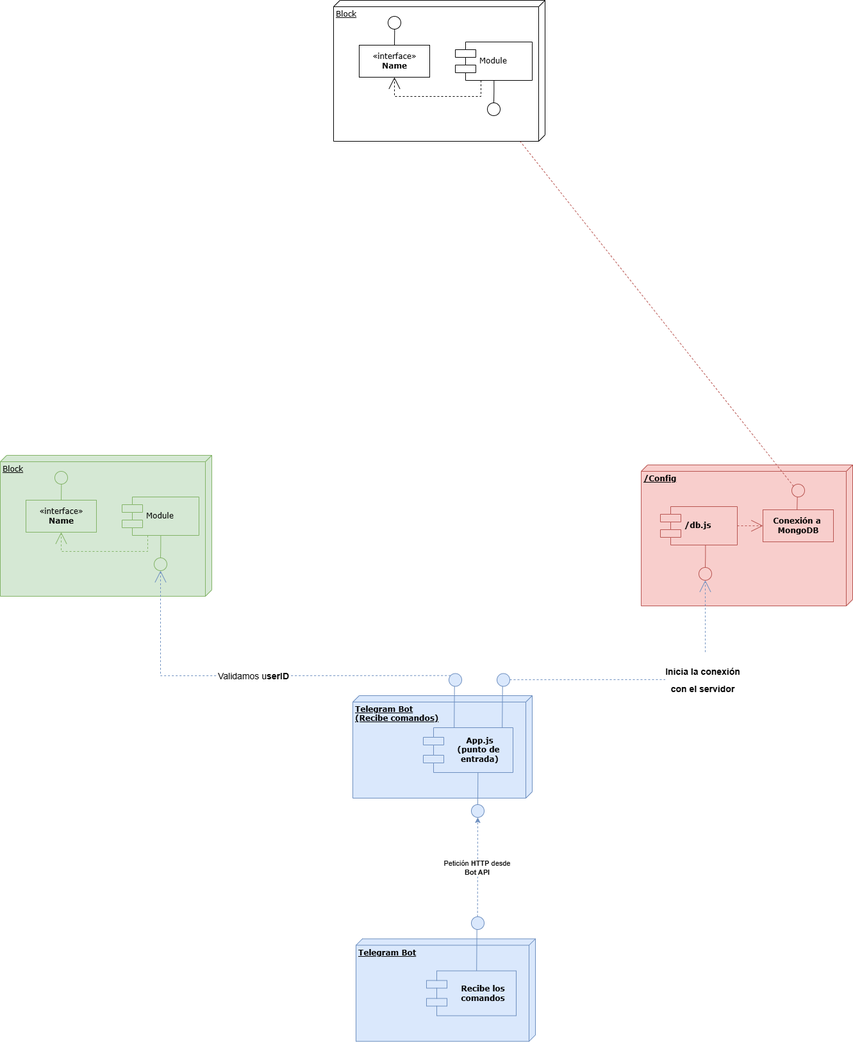
Above: taskController.drawio.png in Andrz98/ToDoBot (draw.io), before the change. Source tidied: cells renumbered, new cells last; positions are measured from the earlier drawing's top-left corner, leaving out a move shared by most shapes.
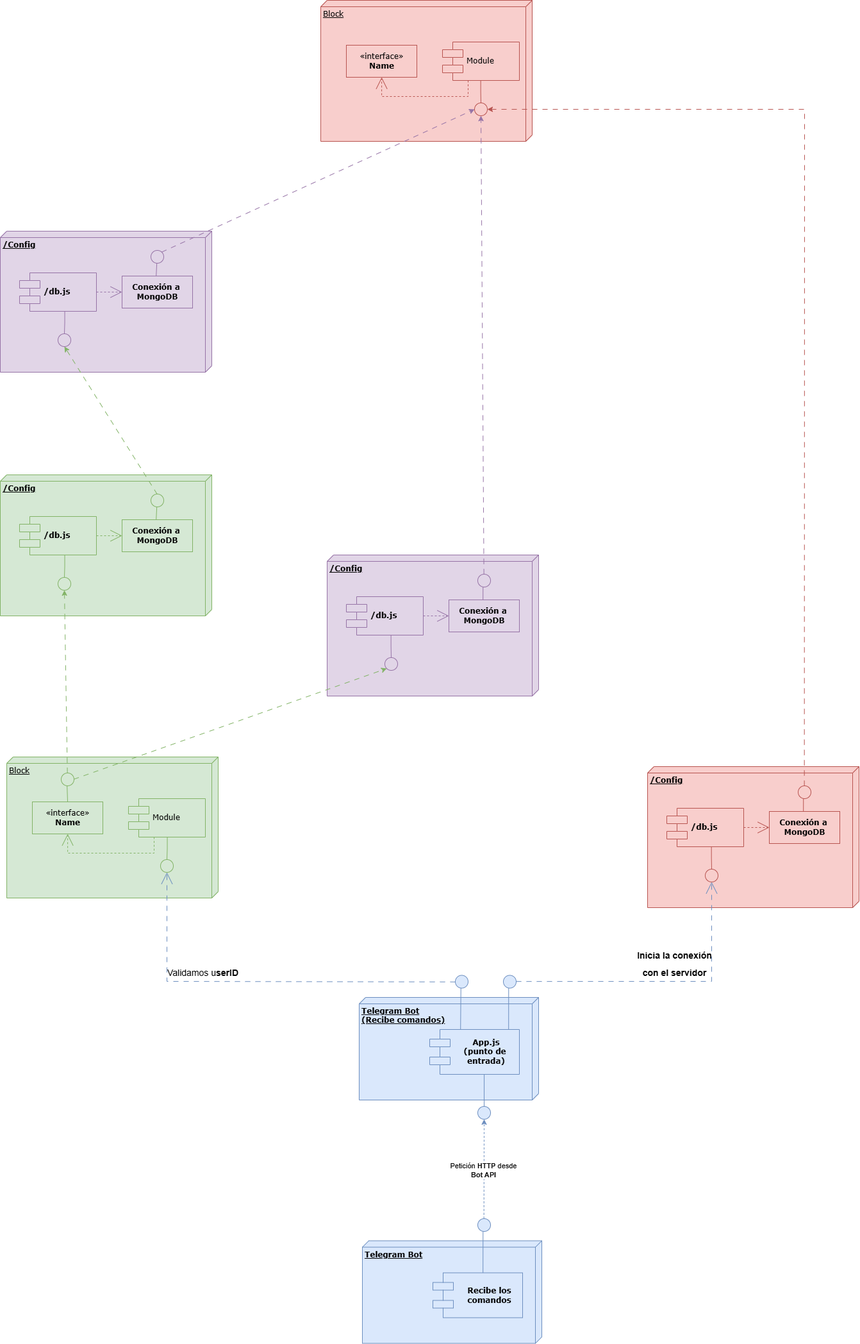
The same diagram one commit later.

Commit message:
Se mejoraron las conexiones taskController.drawio.png

Change to the diagram source:
```diff
@@ -32,26 +32,28 @@
     <mxCell id="11" value="&lt;b&gt;App.js&lt;br&gt;(punto de&amp;nbsp;&lt;br&gt;entrada)&lt;/b&gt;" style="shape=component;align=center;spacingLeft=36;rounded=0;shadow=0;comic=0;labelBackgroundColor=none;strokeWidth=1;fontFamily=Verdana;fontSize=12;html=1;fillColor=#dae8fc;strokeColor=#6c8ebf;" parent="1" vertex="1">
       <mxGeometry x="660" y="1135" width="140" height="70" as="geometry" />
     </mxCell>
-    <mxCell id="12" style="edgeStyle=none;rounded=0;html=1;dashed=1;labelBackgroundColor=none;startArrow=none;startFill=0;startSize=8;endArrow=open;endFill=0;endSize=16;fontFamily=Verdana;fontSize=12;exitX=1;exitY=1;exitDx=0;exitDy=0;fillColor=#dae8fc;strokeColor=#6c8ebf;" parent="1" edge="1" source="22" target="7">
+    <mxCell id="12" style="edgeStyle=none;rounded=0;html=1;labelBackgroundColor=none;startArrow=none;startFill=0;startSize=8;endArrow=open;endFill=0;endSize=16;fontFamily=Verdana;fontSize=12;exitX=1;exitY=0.5;exitDx=0;exitDy=0;fillColor=#dae8fc;strokeColor=#6c8ebf;dashed=1;dashPattern=8 8;" parent="1" edge="1" source="22" target="7">
       <mxGeometry relative="1" as="geometry">
         <Array as="points">
-          <mxPoint x="250" y="1054" />
+          <mxPoint x="250" y="1060" />
         </Array>
       </mxGeometry>
     </mxCell>
-    <mxCell id="13" value="&lt;span style=&quot;font-size: 14px;&quot;&gt;Validamos u&lt;b&gt;serID&lt;/b&gt;&lt;/span&gt;" style="edgeLabel;html=1;align=center;verticalAlign=middle;" parent="12" vertex="1">
-      <mxGeometry relative="1" as="geometry" />
+    <mxCell id="13" value="&lt;span style=&quot;font-size: 14px;&quot;&gt;Validamos u&lt;b&gt;serID&lt;/b&gt;&lt;/span&gt;" style="edgeLabel;html=1;align=center;verticalAlign=middle;labelBackgroundColor=none;" parent="12" vertex="1">
+      <mxGeometry relative="1" as="geometry">
+        <mxPoint x="-84" y="-14" as="offset" />
+      </mxGeometry>
     </mxCell>
-    <mxCell id="14" style="edgeStyle=none;rounded=0;html=1;dashed=1;labelBackgroundColor=none;startArrow=none;startFill=0;startSize=8;endArrow=open;endFill=0;endSize=16;fontFamily=Verdana;fontSize=12;exitX=0;exitY=0.5;exitDx=0;exitDy=0;entryX=0.5;entryY=1;entryDx=0;entryDy=0;fillColor=#dae8fc;strokeColor=#6c8ebf;" parent="1" edge="1" source="20" target="10">
+    <mxCell id="14" style="edgeStyle=none;rounded=0;html=1;labelBackgroundColor=none;startArrow=none;startFill=0;startSize=8;endArrow=open;endFill=0;endSize=16;fontFamily=Verdana;fontSize=12;exitX=0;exitY=0.5;exitDx=0;exitDy=0;entryX=0.5;entryY=1;entryDx=0;entryDy=0;fillColor=#dae8fc;strokeColor=#6c8ebf;dashed=1;dashPattern=8 8;" parent="1" edge="1" source="20" target="10">
       <mxGeometry relative="1" as="geometry">
         <Array as="points">
           <mxPoint x="1100" y="1060" />
         </Array>
       </mxGeometry>
     </mxCell>
-    <mxCell id="15" value="&lt;h1&gt;&lt;span style=&quot;font-size: 14px;&quot;&gt;Inicia la conexión&lt;br&gt;con el servidor&lt;/span&gt;&lt;/h1&gt;" style="edgeLabel;html=1;align=center;verticalAlign=middle;" parent="14" vertex="1">
+    <mxCell id="15" value="&lt;h1&gt;&lt;span style=&quot;font-size: 14px;&quot;&gt;Inicia la conexión&lt;br&gt;con el servidor&lt;/span&gt;&lt;/h1&gt;" style="edgeLabel;html=1;align=center;verticalAlign=middle;labelBorderColor=none;textShadow=0;labelBackgroundColor=none;" parent="14" vertex="1">
       <mxGeometry relative="1" as="geometry">
-        <mxPoint x="70" y="-2" as="offset" />
+        <mxPoint x="15" y="-30" as="offset" />
       </mxGeometry>
     </mxCell>
     <mxCell id="16" style="edgeStyle=elbowEdgeStyle;rounded=0;html=1;labelBackgroundColor=none;startArrow=none;startFill=0;startSize=8;endArrow=none;endFill=0;endSize=16;fontFamily=Verdana;fontSize=12;fillColor=#f8cecc;strokeColor=#b85450;" parent="1" edge="1" source="10" target="8">
@@ -89,9 +91,6 @@
         <mxPoint x="709.8" y="1070.5" as="targetPoint" />
       </mxGeometry>
     </mxCell>
-    <mxCell id="24" style="edgeStyle=none;rounded=0;jettySize=auto;html=1;exitX=1;exitY=1;exitDx=0;exitDy=0;entryX=1;entryY=1;entryDx=0;entryDy=0;dashed=1;fillColor=#f8cecc;strokeColor=#b85450;" parent="1" edge="1" source="25" target="32">
-      <mxGeometry relative="1" as="geometry" />
-    </mxCell>
     <mxCell id="25" style="ellipse;whiteSpace=wrap;html=1;rounded=0;shadow=0;comic=0;labelBackgroundColor=none;strokeWidth=1;fontFamily=Verdana;fontSize=12;align=center;direction=west;rotation=-2;fillColor=#f8cecc;strokeColor=#b85450;" parent="1" vertex="1">
       <mxGeometry x="1235" y="755" width="20" height="20" as="geometry" />
     </mxCell>
@@ -109,37 +108,29 @@
         <mxPoint x="95" y="755" as="targetPoint" />
       </mxGeometry>
     </mxCell>
-    <mxCell id="29" value="Block" style="verticalAlign=top;align=left;spacingTop=8;spacingLeft=2;spacingRight=12;shape=cube;size=10;direction=south;fontStyle=4;html=1;rounded=0;shadow=0;comic=0;labelBackgroundColor=none;strokeWidth=1;fontFamily=Verdana;fontSize=12;" parent="1" vertex="1">
-      <mxGeometry x="520" width="330" height="220" as="geometry" />
+    <mxCell id="29" value="Block" style="verticalAlign=top;align=left;spacingTop=8;spacingLeft=2;spacingRight=12;shape=cube;size=10;direction=south;fontStyle=4;html=1;rounded=0;shadow=0;comic=0;labelBackgroundColor=none;strokeWidth=1;fontFamily=Verdana;fontSize=12;fillColor=#f8cecc;strokeColor=#b85450;" parent="1" vertex="1">
+      <mxGeometry x="490" y="-470" width="330" height="220" as="geometry" />
     </mxCell>
-    <mxCell id="30" value="&amp;laquo;interface&amp;raquo;&lt;br&gt;&lt;b&gt;Name&lt;/b&gt;" style="html=1;rounded=0;shadow=0;comic=0;labelBackgroundColor=none;strokeWidth=1;fontFamily=Verdana;fontSize=12;align=center;" parent="1" vertex="1">
-      <mxGeometry x="560" y="70" width="110" height="50" as="geometry" />
+    <mxCell id="30" value="&amp;laquo;interface&amp;raquo;&lt;br&gt;&lt;b&gt;Name&lt;/b&gt;" style="html=1;rounded=0;shadow=0;comic=0;labelBackgroundColor=none;strokeWidth=1;fontFamily=Verdana;fontSize=12;align=center;fillColor=#f8cecc;strokeColor=#b85450;" parent="1" vertex="1">
+      <mxGeometry x="530" y="-400" width="110" height="50" as="geometry" />
     </mxCell>
-    <mxCell id="31" value="Module" style="shape=component;align=left;spacingLeft=36;rounded=0;shadow=0;comic=0;labelBackgroundColor=none;strokeWidth=1;fontFamily=Verdana;fontSize=12;html=1;" parent="1" vertex="1">
-      <mxGeometry x="710" y="65" width="120" height="60" as="geometry" />
+    <mxCell id="31" value="Module" style="shape=component;align=left;spacingLeft=36;rounded=0;shadow=0;comic=0;labelBackgroundColor=none;strokeWidth=1;fontFamily=Verdana;fontSize=12;html=1;fillColor=#f8cecc;strokeColor=#b85450;" parent="1" vertex="1">
+      <mxGeometry x="680" y="-405" width="120" height="60" as="geometry" />
     </mxCell>
-    <mxCell id="32" style="ellipse;whiteSpace=wrap;html=1;rounded=0;shadow=0;comic=0;labelBackgroundColor=none;strokeWidth=1;fontFamily=Verdana;fontSize=12;align=center;" parent="1" vertex="1">
-      <mxGeometry x="760" y="160" width="20" height="20" as="geometry" />
+    <mxCell id="32" style="ellipse;whiteSpace=wrap;html=1;rounded=0;shadow=0;comic=0;labelBackgroundColor=none;strokeWidth=1;fontFamily=Verdana;fontSize=12;align=center;fillColor=#f8cecc;strokeColor=#b85450;" parent="1" vertex="1">
+      <mxGeometry x="730" y="-310" width="20" height="20" as="geometry" />
     </mxCell>
-    <mxCell id="33" style="edgeStyle=elbowEdgeStyle;rounded=0;html=1;labelBackgroundColor=none;startArrow=none;startFill=0;startSize=8;endArrow=none;endFill=0;endSize=16;fontFamily=Verdana;fontSize=12;" parent="1" edge="1" source="32" target="31">
+    <mxCell id="33" style="edgeStyle=elbowEdgeStyle;rounded=0;html=1;labelBackgroundColor=none;startArrow=none;startFill=0;startSize=8;endArrow=none;endFill=0;endSize=16;fontFamily=Verdana;fontSize=12;fillColor=#f8cecc;strokeColor=#b85450;" parent="1" edge="1" source="32" target="31">
       <mxGeometry relative="1" as="geometry" />
     </mxCell>
-    <mxCell id="34" style="edgeStyle=orthogonalEdgeStyle;rounded=0;html=1;labelBackgroundColor=none;startArrow=none;startFill=0;startSize=8;endArrow=open;endFill=0;endSize=16;fontFamily=Verdana;fontSize=12;dashed=1;" parent="1" edge="1" source="31" target="30">
+    <mxCell id="34" style="edgeStyle=orthogonalEdgeStyle;rounded=0;html=1;labelBackgroundColor=none;startArrow=none;startFill=0;startSize=8;endArrow=open;endFill=0;endSize=16;fontFamily=Verdana;fontSize=12;dashed=1;fillColor=#f8cecc;strokeColor=#b85450;" parent="1" edge="1" source="31" target="30">
       <mxGeometry relative="1" as="geometry">
         <Array as="points">
-          <mxPoint x="750" y="150" />
-          <mxPoint x="615" y="150" />
+          <mxPoint x="720" y="-320" />
+          <mxPoint x="585" y="-320" />
         </Array>
       </mxGeometry>
     </mxCell>
-    <mxCell id="35" style="ellipse;whiteSpace=wrap;html=1;rounded=0;shadow=0;comic=0;labelBackgroundColor=none;strokeWidth=1;fontFamily=Verdana;fontSize=12;align=center;direction=west;rotation=-2;" parent="1" vertex="1">
-      <mxGeometry x="605" y="25" width="20" height="20" as="geometry" />
-    </mxCell>
-    <mxCell id="36" style="edgeStyle=elbowEdgeStyle;rounded=0;html=1;labelBackgroundColor=none;startArrow=none;startFill=0;startSize=8;endArrow=none;endFill=0;endSize=16;fontFamily=Verdana;fontSize=12;exitX=0.5;exitY=0;exitDx=0;exitDy=0;" parent="1" edge="1" source="30">
-      <mxGeometry relative="1" as="geometry">
-        <mxPoint x="615" y="45" as="targetPoint" />
-      </mxGeometry>
-    </mxCell>
     <mxCell id="37" value="&lt;b&gt;Telegram Bot&lt;br&gt;&lt;br&gt;&lt;/b&gt;" style="verticalAlign=top;align=left;spacingTop=8;spacingLeft=2;spacingRight=12;shape=cube;size=10;direction=south;fontStyle=4;html=1;rounded=0;shadow=0;comic=0;labelBackgroundColor=none;strokeWidth=1;fontFamily=Verdana;fontSize=12;fillColor=#dae8fc;strokeColor=#6c8ebf;" parent="1" vertex="1">
       <mxGeometry x="555" y="1464.5" width="280" height="160" as="geometry" />
     </mxCell>
@@ -167,5 +158,108 @@
         <mxPoint x="744.8" y="1450" as="targetPoint" />
       </mxGeometry>
     </mxCell>
+    <mxCell id="45" value="&lt;b&gt;/Config&lt;/b&gt;" style="verticalAlign=top;align=left;spacingTop=8;spacingLeft=2;spacingRight=12;shape=cube;size=10;direction=south;fontStyle=4;html=1;rounded=0;shadow=0;comic=0;labelBackgroundColor=none;strokeWidth=1;fontFamily=Verdana;fontSize=12;fillColor=#e1d5e7;strokeColor=#9673a6;" parent="1" vertex="1">
+      <mxGeometry x="500" y="395" width="330" height="220" as="geometry" />
+    </mxCell>
+    <mxCell id="46" value="&lt;b&gt;/db.js&lt;/b&gt;" style="shape=component;align=left;spacingLeft=36;rounded=0;shadow=0;comic=0;labelBackgroundColor=none;strokeWidth=1;fontFamily=Verdana;fontSize=12;html=1;fillColor=#e1d5e7;strokeColor=#9673a6;" parent="1" vertex="1">
+      <mxGeometry x="530" y="460" width="120" height="60" as="geometry" />
+    </mxCell>
+    <mxCell id="47" value="&lt;b&gt;Conexión a&amp;nbsp;&lt;br&gt;MongoDB&lt;/b&gt;" style="html=1;rounded=0;shadow=0;comic=0;labelBackgroundColor=none;strokeWidth=1;fontFamily=Verdana;fontSize=12;align=center;fillColor=#e1d5e7;strokeColor=#9673a6;" parent="1" vertex="1">
+      <mxGeometry x="690" y="465" width="110" height="50" as="geometry" />
+    </mxCell>
+    <mxCell id="48" style="ellipse;whiteSpace=wrap;html=1;rounded=0;shadow=0;comic=0;labelBackgroundColor=none;strokeWidth=1;fontFamily=Verdana;fontSize=12;align=center;fillColor=#e1d5e7;strokeColor=#9673a6;" parent="1" vertex="1">
+      <mxGeometry x="590" y="555" width="20" height="20" as="geometry" />
+    </mxCell>
+    <mxCell id="49" style="edgeStyle=elbowEdgeStyle;rounded=0;html=1;labelBackgroundColor=none;startArrow=none;startFill=0;startSize=8;endArrow=none;endFill=0;endSize=16;fontFamily=Verdana;fontSize=12;fillColor=#e1d5e7;strokeColor=#9673a6;" parent="1" edge="1" source="48" target="46">
+      <mxGeometry relative="1" as="geometry" />
+    </mxCell>
+    <mxCell id="50" style="edgeStyle=orthogonalEdgeStyle;rounded=0;html=1;dashed=1;labelBackgroundColor=none;startArrow=none;startFill=0;startSize=8;endArrow=open;endFill=0;endSize=16;fontFamily=Verdana;fontSize=12;fillColor=#e1d5e7;strokeColor=#9673a6;" parent="1" edge="1" source="46" target="47">
+      <mxGeometry relative="1" as="geometry" />
+    </mxCell>
+    <mxCell id="51" style="edgeStyle=none;rounded=0;jettySize=auto;html=1;exitX=0.5;exitY=1;exitDx=0;exitDy=0;entryX=0.5;entryY=1;entryDx=0;entryDy=0;fillColor=#e1d5e7;strokeColor=#9673a6;dashed=1;dashPattern=8 8;" parent="1" edge="1" source="52" target="32">
+      <mxGeometry relative="1" as="geometry" />
+    </mxCell>
+    <mxCell id="52" style="ellipse;whiteSpace=wrap;html=1;rounded=0;shadow=0;comic=0;labelBackgroundColor=none;strokeWidth=1;fontFamily=Verdana;fontSize=12;align=center;direction=west;rotation=-2;fillColor=#e1d5e7;strokeColor=#9673a6;" parent="1" vertex="1">
+      <mxGeometry x="735" y="425" width="20" height="20" as="geometry" />
+    </mxCell>
+    <mxCell id="53" style="edgeStyle=elbowEdgeStyle;rounded=0;html=1;labelBackgroundColor=none;startArrow=none;startFill=0;startSize=8;endArrow=none;endFill=0;endSize=16;fontFamily=Verdana;fontSize=12;exitX=0.985;exitY=0.075;exitDx=0;exitDy=0;exitPerimeter=0;fillColor=#e1d5e7;strokeColor=#9673a6;" parent="1" edge="1">
+      <mxGeometry relative="1" as="geometry">
+        <mxPoint x="743.2" y="465" as="sourcePoint" />
+        <mxPoint x="745" y="445" as="targetPoint" />
+      </mxGeometry>
+    </mxCell>
+    <mxCell id="24" style="edgeStyle=none;rounded=0;jettySize=auto;html=1;exitX=0.5;exitY=1;exitDx=0;exitDy=0;entryX=1;entryY=0.5;entryDx=0;entryDy=0;fillColor=#f8cecc;strokeColor=#b85450;dashed=1;dashPattern=8 8;" parent="1" edge="1" source="25" target="32">
+      <mxGeometry relative="1" as="geometry">
+        <Array as="points">
+          <mxPoint x="1245" y="-300" />
+        </Array>
+      </mxGeometry>
+    </mxCell>
+    <mxCell id="54" value="&lt;b&gt;/Config&lt;/b&gt;" style="verticalAlign=top;align=left;spacingTop=8;spacingLeft=2;spacingRight=12;shape=cube;size=10;direction=south;fontStyle=4;html=1;rounded=0;shadow=0;comic=0;labelBackgroundColor=none;strokeWidth=1;fontFamily=Verdana;fontSize=12;fillColor=#d5e8d4;strokeColor=#82b366;" parent="1" vertex="1">
+      <mxGeometry x="-10" y="270" width="330" height="220" as="geometry" />
+    </mxCell>
+    <mxCell id="55" value="&lt;b&gt;/db.js&lt;/b&gt;" style="shape=component;align=left;spacingLeft=36;rounded=0;shadow=0;comic=0;labelBackgroundColor=none;strokeWidth=1;fontFamily=Verdana;fontSize=12;html=1;fillColor=#d5e8d4;strokeColor=#82b366;" parent="1" vertex="1">
+      <mxGeometry x="20" y="335" width="120" height="60" as="geometry" />
+    </mxCell>
+    <mxCell id="56" value="&lt;b&gt;Conexión a&amp;nbsp;&lt;br&gt;MongoDB&lt;/b&gt;" style="html=1;rounded=0;shadow=0;comic=0;labelBackgroundColor=none;strokeWidth=1;fontFamily=Verdana;fontSize=12;align=center;fillColor=#d5e8d4;strokeColor=#82b366;" parent="1" vertex="1">
+      <mxGeometry x="180" y="340" width="110" height="50" as="geometry" />
+    </mxCell>
+    <mxCell id="57" style="ellipse;whiteSpace=wrap;html=1;rounded=0;shadow=0;comic=0;labelBackgroundColor=none;strokeWidth=1;fontFamily=Verdana;fontSize=12;align=center;fillColor=#d5e8d4;strokeColor=#82b366;" parent="1" vertex="1">
+      <mxGeometry x="80" y="430" width="20" height="20" as="geometry" />
+    </mxCell>
+    <mxCell id="58" style="edgeStyle=elbowEdgeStyle;rounded=0;html=1;labelBackgroundColor=none;startArrow=none;startFill=0;startSize=8;endArrow=none;endFill=0;endSize=16;fontFamily=Verdana;fontSize=12;fillColor=#d5e8d4;strokeColor=#82b366;" parent="1" edge="1" source="57" target="55">
+      <mxGeometry relative="1" as="geometry" />
+    </mxCell>
+    <mxCell id="59" style="edgeStyle=orthogonalEdgeStyle;rounded=0;html=1;dashed=1;labelBackgroundColor=none;startArrow=none;startFill=0;startSize=8;endArrow=open;endFill=0;endSize=16;fontFamily=Verdana;fontSize=12;fillColor=#d5e8d4;strokeColor=#82b366;" parent="1" edge="1" source="55" target="56">
+      <mxGeometry relative="1" as="geometry" />
+    </mxCell>
+    <mxCell id="60" style="ellipse;whiteSpace=wrap;html=1;rounded=0;shadow=0;comic=0;labelBackgroundColor=none;strokeWidth=1;fontFamily=Verdana;fontSize=12;align=center;direction=west;rotation=-2;fillColor=#d5e8d4;strokeColor=#82b366;" parent="1" vertex="1">
+      <mxGeometry x="225" y="300" width="20" height="20" as="geometry" />
+    </mxCell>
+    <mxCell id="61" style="edgeStyle=elbowEdgeStyle;rounded=0;html=1;labelBackgroundColor=none;startArrow=none;startFill=0;startSize=8;endArrow=none;endFill=0;endSize=16;fontFamily=Verdana;fontSize=12;exitX=0.985;exitY=0.075;exitDx=0;exitDy=0;exitPerimeter=0;fillColor=#d5e8d4;strokeColor=#82b366;" parent="1" edge="1">
+      <mxGeometry relative="1" as="geometry">
+        <mxPoint x="233.2" y="340" as="sourcePoint" />
+        <mxPoint x="235" y="320" as="targetPoint" />
+      </mxGeometry>
+    </mxCell>
+    <mxCell id="62" style="edgeStyle=none;rounded=0;jettySize=auto;html=1;entryX=0.5;entryY=1;entryDx=0;entryDy=0;exitX=0.5;exitY=1;exitDx=0;exitDy=0;fillColor=#d5e8d4;strokeColor=#82b366;dashed=1;dashPattern=8 8;" parent="1" edge="1" source="27" target="57">
+      <mxGeometry relative="1" as="geometry" />
+    </mxCell>
+    <mxCell id="63" style="edgeStyle=none;rounded=0;jettySize=auto;html=1;exitX=0;exitY=0.5;exitDx=0;exitDy=0;entryX=0;entryY=1;entryDx=0;entryDy=0;dashed=1;dashPattern=8 8;fillColor=#d5e8d4;strokeColor=#82b366;" parent="1" edge="1" source="27" target="48">
+      <mxGeometry relative="1" as="geometry" />
+    </mxCell>
+    <mxCell id="64" value="&lt;b&gt;/Config&lt;/b&gt;" style="verticalAlign=top;align=left;spacingTop=8;spacingLeft=2;spacingRight=12;shape=cube;size=10;direction=south;fontStyle=4;html=1;rounded=0;shadow=0;comic=0;labelBackgroundColor=none;strokeWidth=1;fontFamily=Verdana;fontSize=12;fillColor=#e1d5e7;strokeColor=#9673a6;" parent="1" vertex="1">
+      <mxGeometry x="-10" y="-110" width="330" height="220" as="geometry" />
+    </mxCell>
+    <mxCell id="65" value="&lt;b&gt;/db.js&lt;/b&gt;" style="shape=component;align=left;spacingLeft=36;rounded=0;shadow=0;comic=0;labelBackgroundColor=none;strokeWidth=1;fontFamily=Verdana;fontSize=12;html=1;fillColor=#e1d5e7;strokeColor=#9673a6;" parent="1" vertex="1">
+      <mxGeometry x="20" y="-45" width="120" height="60" as="geometry" />
+    </mxCell>
+    <mxCell id="66" value="&lt;b&gt;Conexión a&amp;nbsp;&lt;br&gt;MongoDB&lt;/b&gt;" style="html=1;rounded=0;shadow=0;comic=0;labelBackgroundColor=none;strokeWidth=1;fontFamily=Verdana;fontSize=12;align=center;fillColor=#e1d5e7;strokeColor=#9673a6;" parent="1" vertex="1">
+      <mxGeometry x="180" y="-40" width="110" height="50" as="geometry" />
+    </mxCell>
+    <mxCell id="67" style="ellipse;whiteSpace=wrap;html=1;rounded=0;shadow=0;comic=0;labelBackgroundColor=none;strokeWidth=1;fontFamily=Verdana;fontSize=12;align=center;fillColor=#e1d5e7;strokeColor=#9673a6;" parent="1" vertex="1">
+      <mxGeometry x="80" y="50" width="20" height="20" as="geometry" />
+    </mxCell>
+    <mxCell id="68" style="edgeStyle=elbowEdgeStyle;rounded=0;html=1;labelBackgroundColor=none;startArrow=none;startFill=0;startSize=8;endArrow=none;endFill=0;endSize=16;fontFamily=Verdana;fontSize=12;fillColor=#e1d5e7;strokeColor=#9673a6;" parent="1" edge="1" source="67" target="65">
+      <mxGeometry relative="1" as="geometry" />
+    </mxCell>
+    <mxCell id="69" style="edgeStyle=orthogonalEdgeStyle;rounded=0;html=1;dashed=1;labelBackgroundColor=none;startArrow=none;startFill=0;startSize=8;endArrow=open;endFill=0;endSize=16;fontFamily=Verdana;fontSize=12;fillColor=#e1d5e7;strokeColor=#9673a6;" parent="1" edge="1" source="65" target="66">
+      <mxGeometry relative="1" as="geometry" />
+    </mxCell>
+    <mxCell id="70" style="edgeStyle=none;rounded=0;jettySize=auto;html=1;exitX=0;exitY=1;exitDx=0;exitDy=0;entryX=0;entryY=0.5;entryDx=0;entryDy=0;fillColor=#e1d5e7;strokeColor=#9673a6;dashed=1;dashPattern=8 8;" parent="1" edge="1" source="71" target="32">
+      <mxGeometry relative="1" as="geometry" />
+    </mxCell>
+    <mxCell id="71" style="ellipse;whiteSpace=wrap;html=1;rounded=0;shadow=0;comic=0;labelBackgroundColor=none;strokeWidth=1;fontFamily=Verdana;fontSize=12;align=center;direction=west;rotation=-2;fillColor=#e1d5e7;strokeColor=#9673a6;" parent="1" vertex="1">
+      <mxGeometry x="225" y="-80" width="20" height="20" as="geometry" />
+    </mxCell>
+    <mxCell id="72" style="edgeStyle=elbowEdgeStyle;rounded=0;html=1;labelBackgroundColor=none;startArrow=none;startFill=0;startSize=8;endArrow=none;endFill=0;endSize=16;fontFamily=Verdana;fontSize=12;exitX=0.985;exitY=0.075;exitDx=0;exitDy=0;exitPerimeter=0;fillColor=#e1d5e7;strokeColor=#9673a6;" parent="1" edge="1">
+      <mxGeometry relative="1" as="geometry">
+        <mxPoint x="233.2" y="-40" as="sourcePoint" />
+        <mxPoint x="235" y="-60" as="targetPoint" />
+      </mxGeometry>
+    </mxCell>
+    <mxCell id="73" style="edgeStyle=none;rounded=0;jettySize=auto;html=1;exitX=0.5;exitY=1;exitDx=0;exitDy=0;entryX=0.5;entryY=1;entryDx=0;entryDy=0;dashed=1;dashPattern=8 8;fillColor=#d5e8d4;strokeColor=#82b366;" parent="1" edge="1" source="60" target="67">
+      <mxGeometry relative="1" as="geometry" />
+    </mxCell>
   </root>
 </mxGraphModel>
```
